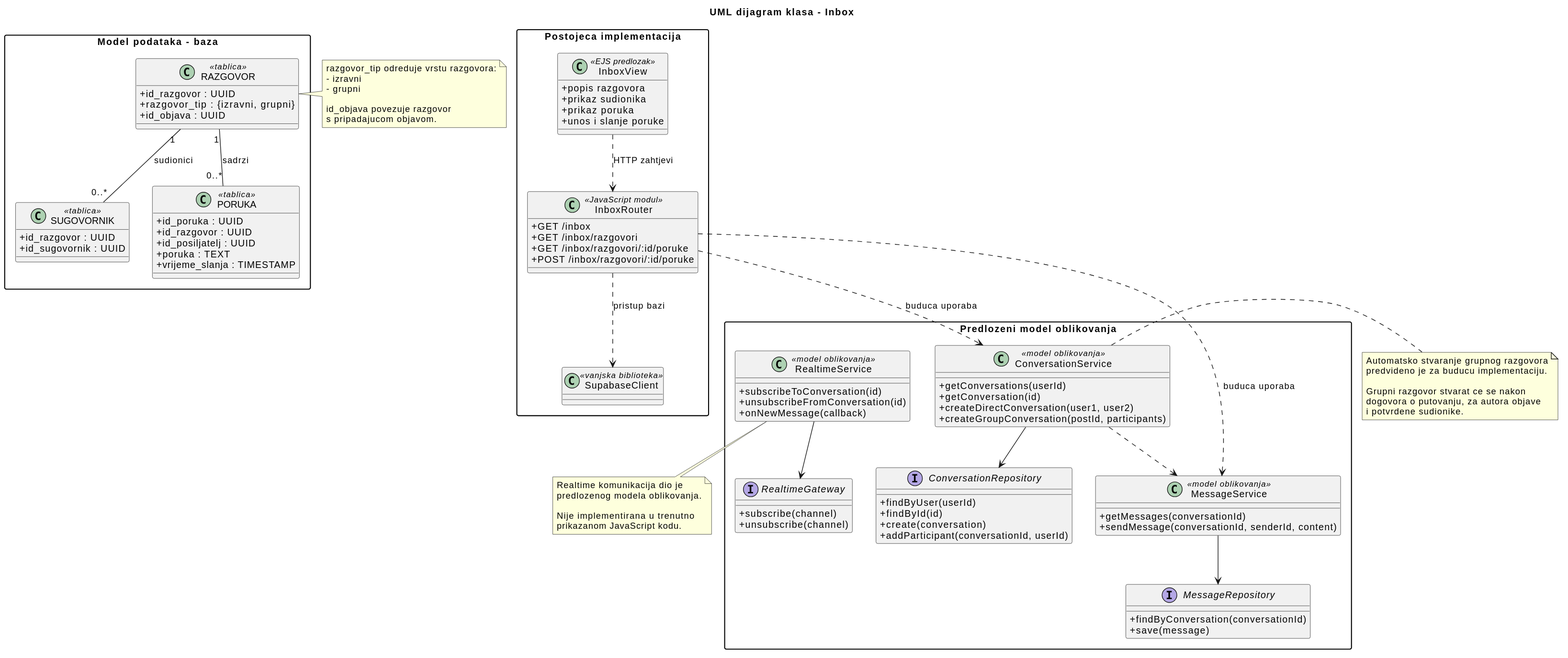
This is docs/assets/diagrams/4-3-2-inbox-class-diagram.svg from MarkoZvonar/CoStay-Project, a PlantUML export, as it was before one commit.
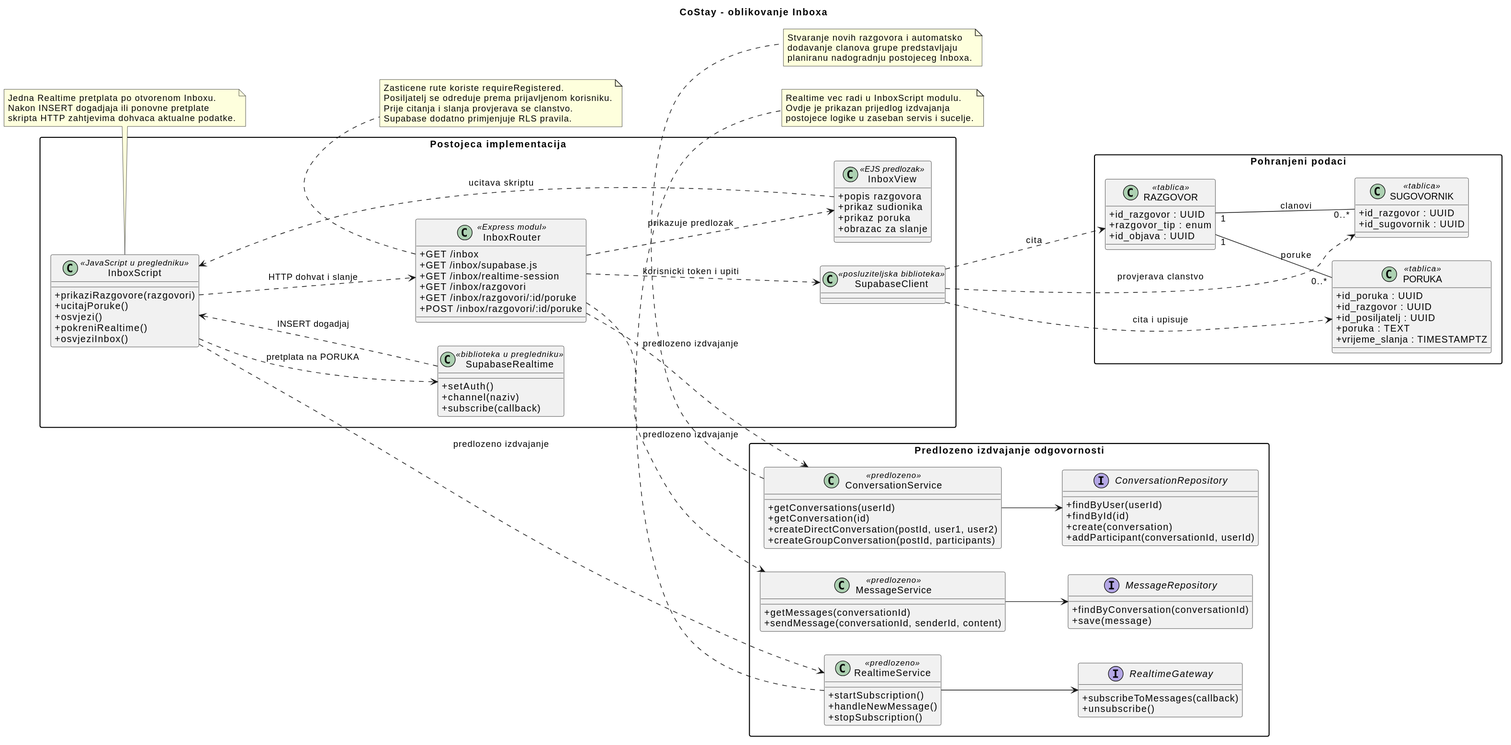
Above is the later version.

Diff of the diagram source:
```diff
@@ -3,13 +3,16 @@
 skinparam packageStyle rectangle
 skinparam shadowing false
 
-title UML dijagram klasa - Inbox
+left to right direction
 
+title CoStay - oblikovanje Inboxa
 
 package "Postojeca implementacija" {
 
-    class InboxRouter <<JavaScript modul>> {
+    class InboxRouter <<Express modul>> {
         +GET /inbox
+        +GET /inbox/supabase.js
+        +GET /inbox/realtime-session
         +GET /inbox/razgovori
         +GET /inbox/razgovori/:id/poruke
         +POST /inbox/razgovori/:id/poruke
@@ -19,21 +22,40 @@
         +popis razgovora
         +prikaz sudionika
         +prikaz poruka
-        +unos i slanje poruke
+        +obrazac za slanje
     }
 
-    class SupabaseClient <<vanjska biblioteka>>
+    class InboxScript <<JavaScript u pregledniku>> {
+        +prikaziRazgovore(razgovori)
+        +ucitajPoruke()
+        +osvjezi()
+        +pokreniRealtime()
+        +osvjeziInbox()
+    }
 
-    InboxView ..> InboxRouter : HTTP zahtjevi
-    InboxRouter ..> SupabaseClient : pristup bazi
+    class SupabaseClient <<posluziteljska biblioteka>>
+
+    class SupabaseRealtime <<biblioteka u pregledniku>> {
+        +setAuth()
+        +channel(naziv)
+        +subscribe(callback)
+    }
+
+    InboxRouter ..> InboxView : prikazuje predlozak
+    InboxView ..> InboxScript : ucitava skriptu
+
+    InboxScript ..> InboxRouter : HTTP dohvat i slanje
+    InboxRouter ..> SupabaseClient : korisnicki token i upiti
+
+    InboxScript ..> SupabaseRealtime : pretplata na PORUKA
+    SupabaseRealtime ..> InboxScript : INSERT dogadjaj
 }
 
-
-package "Model podataka - baza" {
+package "Pohranjeni podaci" {
 
     class RAZGOVOR <<tablica>> {
         +id_razgovor : UUID
-        +razgovor_tip : {izravni, grupni}
+        +razgovor_tip : enum
         +id_objava : UUID
     }
 
@@ -47,32 +69,48 @@
         +id_razgovor : UUID
         +id_posiljatelj : UUID
         +poruka : TEXT
-        +vrijeme_slanja : TIMESTAMP
+        +vrijeme_slanja : TIMESTAMPTZ
     }
 
-    RAZGOVOR "1" -- "0..*" SUGOVORNIK : sudionici
-    RAZGOVOR "1" -- "0..*" PORUKA : sadrzi
+    RAZGOVOR "1" -- "0..*" SUGOVORNIK : clanovi
+    RAZGOVOR "1" -- "0..*" PORUKA : poruke
 }
 
+SupabaseClient ..> RAZGOVOR : cita
+SupabaseClient ..> SUGOVORNIK : provjerava clanstvo
+SupabaseClient ..> PORUKA : cita i upisuje
 
-package "Predlozeni model oblikovanja" {
+note bottom of InboxScript
+    Jedna Realtime pretplata po otvorenom Inboxu.
+    Nakon INSERT dogadjaja ili ponovne pretplate
+    skripta HTTP zahtjevima dohvaca aktualne podatke.
+end note
 
-    class ConversationService <<model oblikovanja>> {
+note bottom of InboxRouter
+    Zasticene rute koriste requireRegistered.
+    Posiljatelj se odreduje prema prijavljenom korisniku.
+    Prije citanja i slanja provjerava se clanstvo.
+    Supabase dodatno primjenjuje RLS pravila.
+end note
+
+package "Predlozeno izdvajanje odgovornosti" {
+
+    class ConversationService <<predlozeno>> {
         +getConversations(userId)
         +getConversation(id)
-        +createDirectConversation(user1, user2)
+        +createDirectConversation(postId, user1, user2)
         +createGroupConversation(postId, participants)
     }
 
-    class MessageService <<model oblikovanja>> {
+    class MessageService <<predlozeno>> {
         +getMessages(conversationId)
         +sendMessage(conversationId, senderId, content)
     }
 
-    class RealtimeService <<model oblikovanja>> {
-        +subscribeToConversation(id)
-        +unsubscribeFromConversation(id)
-        +onNewMessage(callback)
+    class RealtimeService <<predlozeno>> {
+        +startSubscription()
+        +handleNewMessage()
+        +stopSubscription()
     }
 
     interface ConversationRepository {
@@ -88,44 +126,28 @@
     }
 
     interface RealtimeGateway {
-        +subscribe(channel)
-        +unsubscribe(channel)
+        +subscribeToMessages(callback)
+        +unsubscribe()
     }
 
     ConversationService --> ConversationRepository
     MessageService --> MessageRepository
     RealtimeService --> RealtimeGateway
-
-    ConversationService ..> MessageService
 }
 
+InboxRouter ..> ConversationService : predlozeno izdvajanje
+InboxRouter ..> MessageService : predlozeno izdvajanje
+InboxScript ..> RealtimeService : predlozeno izdvajanje
 
-InboxRouter ..> ConversationService : buduca uporaba
-InboxRouter ..> MessageService : buduca uporaba
-
-note right of RAZGOVOR
-    razgovor_tip odreduje vrstu razgovora:
-    - izravni
-    - grupni
-
-    id_objava povezuje razgovor
-    s pripadajucom objavom.
-end note
-
-note right of ConversationService
-    Automatsko stvaranje grupnog razgovora
-    predvideno je za buducu implementaciju.
-
-    Grupni razgovor stvarat ce se nakon
-    dogovora o putovanju, za autora objave
-    i potvrdene sudionike.
+note bottom of ConversationService
+    Stvaranje novih razgovora i automatsko
+    dodavanje clanova grupe predstavljaju
+    planiranu nadogradnju postojeceg Inboxa.
 end note
 
 note bottom of RealtimeService
-    Realtime komunikacija dio je
-    predlozenog modela oblikovanja.
-
-    Nije implementirana u trenutno
-    prikazanom JavaScript kodu.
+    Realtime vec radi u InboxScript modulu.
+    Ovdje je prikazan prijedlog izdvajanja
+    postojece logike u zaseban servis i sucelje.
 end note
 @enduml
```
